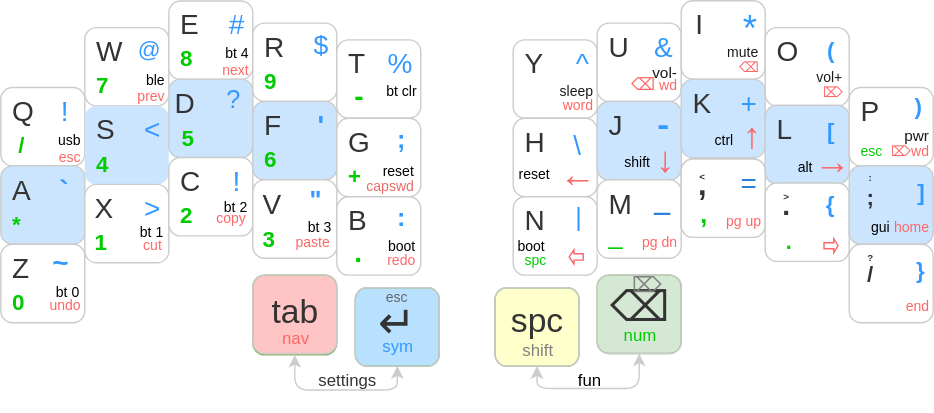
Before: images/BaseKeymap.drawio.svg, a diagram exported from draw.io (glenn20/zmk-sweep). Source tidied: cells renumbered, new cells last; positions are measured from the earlier drawing's top-left corner, leaving out a move shared by most shapes.
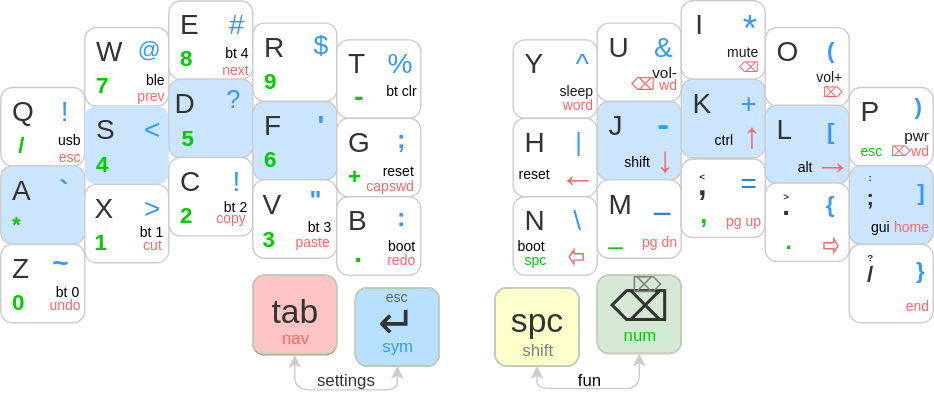
After the commit.

Commit message:
Fix keymap layout image.

What changed in the source:
```diff
@@ -68,7 +68,7 @@
     <mxCell id="23" value="&lt;font color=&quot;#333333&quot;&gt;&lt;span style=&quot;font-weight: 400;&quot;&gt;H&lt;/span&gt;&lt;/font&gt;" style="whiteSpace=wrap;html=1;fontSize=20;fontFamily=Helvetica;fontStyle=1;fillColor=none;rounded=1;align=left;verticalAlign=top;spacingLeft=8;strokeColor=none;fontColor=#E6E6E6;spacing=0;spacingTop=0;" parent="21" vertex="1">
       <mxGeometry width="28.5" height="28.5" as="geometry" />
     </mxCell>
-    <mxCell id="24" value="&lt;font color=&quot;#3399ff&quot; style=&quot;font-size: 20px; font-weight: normal;&quot;&gt;\&amp;nbsp;&lt;/font&gt;" style="whiteSpace=wrap;html=1;fontSize=18;fontFamily=Helvetica;fontStyle=1;fillColor=none;rounded=1;align=right;verticalAlign=top;spacingLeft=0;strokeColor=none;fontColor=#E6E6E6;spacing=0;spacingTop=2;spacingRight=4;" parent="21" vertex="1">
+    <mxCell id="24" value="&lt;font color=&quot;#3399ff&quot; style=&quot;font-weight: normal;&quot;&gt;|&amp;nbsp;&lt;/font&gt;" style="whiteSpace=wrap;html=1;fontSize=18;fontFamily=Helvetica;fontStyle=1;fillColor=none;rounded=1;align=right;verticalAlign=top;spacingLeft=0;strokeColor=none;fontColor=#E6E6E6;spacing=0;spacingTop=2;spacingRight=4;" parent="21" vertex="1">
       <mxGeometry x="29.4" width="28.5" height="28.5" as="geometry" />
     </mxCell>
     <mxCell id="25" value="&lt;font style=&quot;font-size: 10px;&quot; color=&quot;#000000&quot;&gt;&lt;span style=&quot;font-weight: 400; font-size: 10px;&quot;&gt;reset&lt;/span&gt;&lt;/font&gt;&lt;div style=&quot;font-size: 10px; line-height: 100%;&quot;&gt;&lt;br&gt;&lt;/div&gt;" style="html=1;fontSize=10;fontFamily=Helvetica;fontStyle=1;fillColor=none;rounded=1;align=right;verticalAlign=bottom;spacingLeft=0;strokeColor=none;fontColor=#E6E6E6;spacing=0;spacingTop=-2;spacingRight=4;spacingBottom=1;" parent="21" vertex="1">
@@ -86,7 +86,7 @@
     <mxCell id="29" value="&lt;font color=&quot;#333333&quot;&gt;&lt;span style=&quot;font-weight: 400;&quot;&gt;N&lt;/span&gt;&lt;/font&gt;" style="whiteSpace=wrap;html=1;fontSize=20;fontFamily=Helvetica;fontStyle=1;fillColor=none;rounded=1;align=left;verticalAlign=top;spacingLeft=8;strokeColor=none;fontColor=#E6E6E6;spacing=0;spacingTop=0;" parent="27" vertex="1">
       <mxGeometry width="28.5" height="28.5" as="geometry" />
     </mxCell>
-    <mxCell id="30" value="&lt;font color=&quot;#3399ff&quot; style=&quot;font-weight: normal; font-size: 18px;&quot;&gt;|&amp;nbsp;&lt;/font&gt;" style="whiteSpace=wrap;html=1;fontSize=18;fontFamily=Helvetica;fontStyle=1;fillColor=none;rounded=1;align=right;verticalAlign=top;spacingLeft=0;strokeColor=none;fontColor=#E6E6E6;spacing=0;spacingTop=0;spacingRight=4;" parent="27" vertex="1">
+    <mxCell id="30" value="&lt;font color=&quot;#3399ff&quot; style=&quot;font-weight: normal; font-size: 20px;&quot;&gt;\&amp;nbsp;&lt;/font&gt;" style="whiteSpace=wrap;html=1;fontSize=18;fontFamily=Helvetica;fontStyle=1;fillColor=none;rounded=1;align=right;verticalAlign=top;spacingLeft=0;strokeColor=none;fontColor=#E6E6E6;spacing=0;spacingTop=0;spacingRight=4;" parent="27" vertex="1">
       <mxGeometry x="29.4" width="28.5" height="28.5" as="geometry" />
     </mxCell>
     <mxCell id="31" value="&lt;p style=&quot;line-height: 0%; font-size: 10px;&quot;&gt;&lt;font style=&quot;font-size: 10px;&quot; color=&quot;#000000&quot;&gt;&lt;span style=&quot;font-weight: 400; font-size: 10px;&quot;&gt;boot&lt;/span&gt;&lt;/font&gt;&lt;/p&gt;&lt;div style=&quot;line-height: 0%; font-size: 10px;&quot;&gt;&lt;br&gt;&lt;/div&gt;&lt;p style=&quot;font-size: 10px;&quot;&gt;&lt;/p&gt;" style="html=1;fontSize=10;fontFamily=Helvetica;fontStyle=1;fillColor=none;rounded=1;align=left;verticalAlign=middle;spacingLeft=1.9685;strokeColor=none;fontColor=#E6E6E6;spacing=0;spacingTop=-2;spacingRight=3;" parent="27" vertex="1">
```
